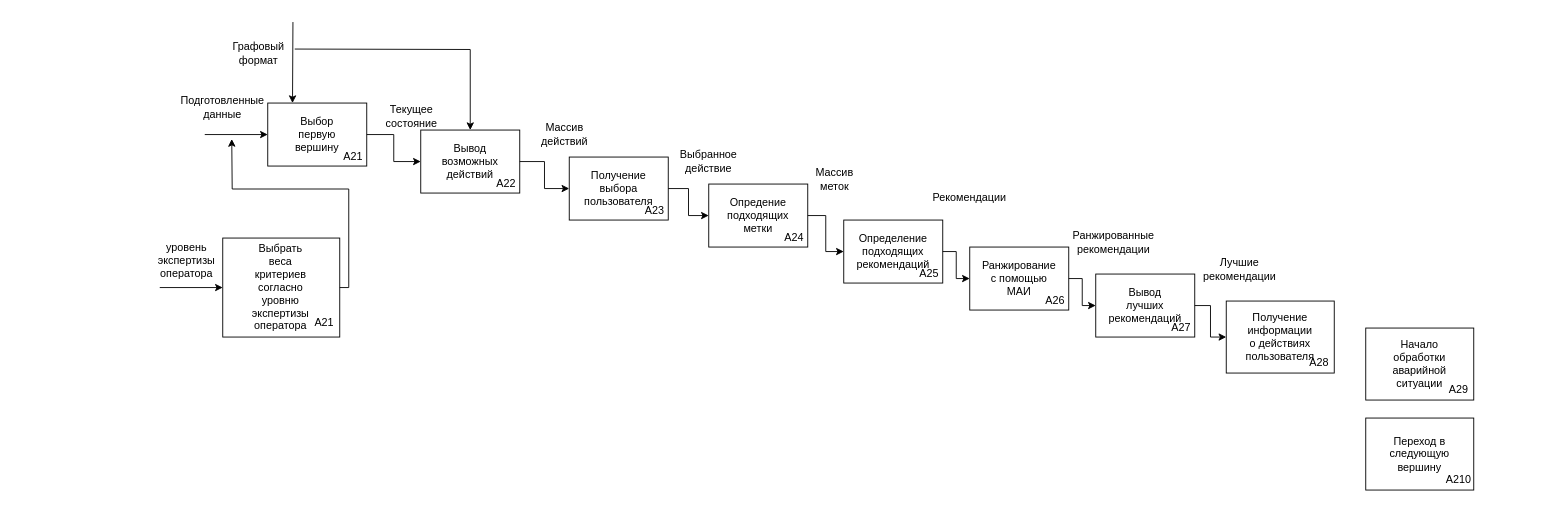
This is report/inc/img/idef2_x.drawio from Jarozin/diplom, a draw.io file, before an edit. Source tidied: cells renumbered, new cells numbered last; positions are measured from the earlier drawing's top-left corner, leaving out a move shared by most shapes. Both pictures are drawn from the tidied source at 90%, with x=0, y=0 at pixel (159, 22).
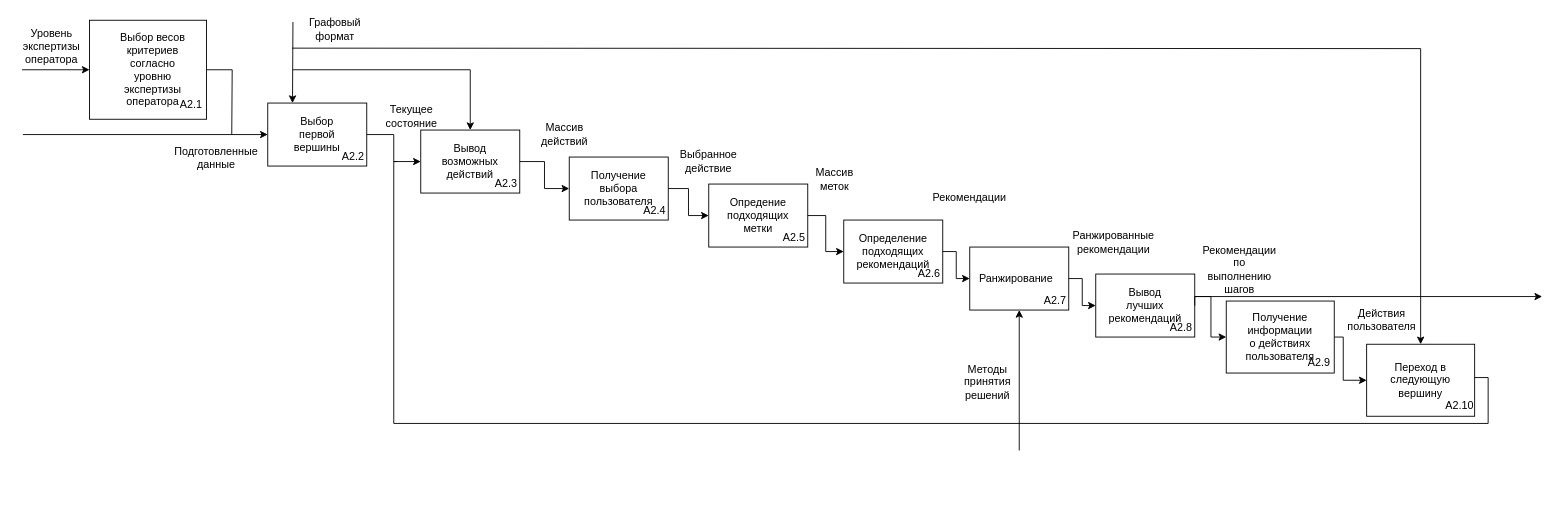
The same diagram, later.

Unchanged cells that the change refers to:
```xml
<mxCell id="2" style="group;" parent="1" vertex="1">
  <mxGeometry x="290" y="120" width="110" height="70" as="geometry" />
</mxCell>
<mxCell id="3" style="rounded=0;whiteSpace=wrap;html=1;" parent="2" vertex="1">
  <mxGeometry width="110" height="70" as="geometry" />
</mxCell>
<mxCell id="6" style="group;" parent="1" vertex="1">
  <mxGeometry x="120" y="90" width="110" height="70" as="geometry" />
</mxCell>
<mxCell id="7" style="rounded=0;whiteSpace=wrap;html=1;" parent="6" vertex="1">
  <mxGeometry width="110" height="70" as="geometry" />
</mxCell>
<mxCell id="18" style="group;" parent="1" vertex="1">
  <mxGeometry x="455" y="150" width="110" height="70" as="geometry" />
</mxCell>
<mxCell id="22" style="group;" parent="1" vertex="1">
  <mxGeometry x="610" y="180" width="110" height="70" as="geometry" />
</mxCell>
<mxCell id="31" style="group;" parent="1" vertex="1">
  <mxGeometry x="760" y="220" width="110" height="70" as="geometry" />
</mxCell>
<mxCell id="35" style="group;" parent="1" vertex="1">
  <mxGeometry x="900" y="250" width="110" height="70" as="geometry" />
</mxCell>
<mxCell id="36" style="rounded=0;whiteSpace=wrap;html=1;" parent="35" vertex="1">
  <mxGeometry width="110" height="70" as="geometry" />
</mxCell>
<mxCell id="39" style="group;" parent="1" vertex="1">
  <mxGeometry x="1040" y="280" width="110" height="70" as="geometry" />
</mxCell>
<mxCell id="40" style="rounded=0;whiteSpace=wrap;html=1;" parent="39" vertex="1">
  <mxGeometry width="110" height="70" as="geometry" />
</mxCell>
<mxCell id="43" style="group;" parent="1" vertex="1">
  <mxGeometry x="1185" y="310" width="120" height="80" as="geometry" />
</mxCell>
<mxCell id="44" style="rounded=0;whiteSpace=wrap;html=1;" parent="43" vertex="1">
  <mxGeometry width="120" height="80" as="geometry" />
</mxCell>
<mxCell id="52" style="rounded=0;whiteSpace=wrap;html=1;" parent="51" vertex="1">
  <mxGeometry width="120" height="80" as="geometry" />
</mxCell>
<mxCell id="64" style="rounded=0;whiteSpace=wrap;html=1;" parent="63" vertex="1">
  <mxGeometry width="130" height="110" as="geometry" />
</mxCell>
```

Change to the diagram source:
```diff
@@
-    <mxCell id="5" value="А22" style="text;html=1;align=center;verticalAlign=middle;whiteSpace=wrap;rounded=0;" parent="2" vertex="1">
+    <mxCell id="5" value="А2.3" style="text;html=1;align=center;verticalAlign=middle;whiteSpace=wrap;rounded=0;" parent="2" vertex="1">
       <mxGeometry x="80" y="50" width="30" height="20" as="geometry" />
     </mxCell>
@@
-    <mxCell id="8" value="Выбор первую вершину" style="text;html=1;align=center;verticalAlign=middle;whiteSpace=wrap;rounded=0;" parent="6" vertex="1">
+    <mxCell id="8" value="Выбор первой вершины" style="text;html=1;align=center;verticalAlign=middle;whiteSpace=wrap;rounded=0;" parent="6" vertex="1">
       <mxGeometry x="25" y="20" width="60" height="30" as="geometry" />
     </mxCell>
-    <mxCell id="9" value="А21" style="text;html=1;align=center;verticalAlign=middle;whiteSpace=wrap;rounded=0;" parent="6" vertex="1">
+    <mxCell id="9" value="А2.2" style="text;html=1;align=center;verticalAlign=middle;whiteSpace=wrap;rounded=0;" parent="6" vertex="1">
       <mxGeometry x="80" y="50" width="30" height="20" as="geometry" />
     </mxCell>
@@
     <mxCell id="12" style="endArrow=classic;html=1;rounded=0;entryX=0;entryY=0.5;entryDx=0;entryDy=0;" parent="1" edge="1" target="7">
       <mxGeometry relative="1" as="geometry">
-        <mxPoint x="50" y="125" as="sourcePoint" />
+        <mxPoint x="-152" y="125" as="sourcePoint" />
       </mxGeometry>
     </mxCell>
@@
     <mxCell id="15" value="&lt;span style=&quot;background-color: transparent; color: light-dark(rgb(0, 0, 0), rgb(255, 255, 255));&quot;&gt;Подготовленные данные&lt;/span&gt;" style="text;html=1;align=center;verticalAlign=middle;whiteSpace=wrap;rounded=0;" parent="1" vertex="1">
-      <mxGeometry x="40" y="80" width="60" height="30" as="geometry" />
+      <mxGeometry x="33" y="136" width="60" height="30" as="geometry" />
     </mxCell>
@@
     <mxCell id="17" value="Графовый формат" style="text;html=1;align=center;verticalAlign=middle;whiteSpace=wrap;rounded=0;" parent="1" vertex="1">
-      <mxGeometry x="80" y="20" width="60" height="30" as="geometry" />
+      <mxGeometry x="165" y="-7" width="60" height="30" as="geometry" />
     </mxCell>
@@
-    <mxCell id="21" value="А23" style="text;html=1;align=center;verticalAlign=middle;whiteSpace=wrap;rounded=0;" parent="18" vertex="1">
+    <mxCell id="21" value="А2.4" style="text;html=1;align=center;verticalAlign=middle;whiteSpace=wrap;rounded=0;" parent="18" vertex="1">
       <mxGeometry x="80" y="50" width="30" height="20" as="geometry" />
     </mxCell>
@@
-    <mxCell id="25" value="А24" style="text;html=1;align=center;verticalAlign=middle;whiteSpace=wrap;rounded=0;" parent="22" vertex="1">
+    <mxCell id="25" value="А2.5" style="text;html=1;align=center;verticalAlign=middle;whiteSpace=wrap;rounded=0;" parent="22" vertex="1">
       <mxGeometry x="80" y="50" width="30" height="20" as="geometry" />
     </mxCell>
@@
     <mxCell id="29" style="endArrow=classic;html=1;rounded=0;entryX=0.5;entryY=0;entryDx=0;entryDy=0;edgeStyle=orthogonalEdgeStyle;" parent="1" edge="1" target="3">
       <mxGeometry relative="1" as="geometry">
-        <mxPoint x="150" y="30" as="sourcePoint" />
+        <mxPoint x="148" y="53" as="sourcePoint" />
+        <Array as="points">
+          <mxPoint x="148" y="53" />
+          <mxPoint x="345" y="53" />
+        </Array>
       </mxGeometry>
     </mxCell>
@@
-    <mxCell id="34" value="А25" style="text;html=1;align=center;verticalAlign=middle;whiteSpace=wrap;rounded=0;" parent="31" vertex="1">
+    <mxCell id="34" value="А2.6" style="text;html=1;align=center;verticalAlign=middle;whiteSpace=wrap;rounded=0;" parent="31" vertex="1">
       <mxGeometry x="80" y="50" width="30" height="20" as="geometry" />
     </mxCell>
@@
-    <mxCell id="37" value="Ранжирование с помощью МАИ" style="text;html=1;align=center;verticalAlign=middle;whiteSpace=wrap;rounded=0;" parent="35" vertex="1">
+    <mxCell id="37" value="Ранжирование&amp;nbsp;&amp;nbsp;" style="text;html=1;align=center;verticalAlign=middle;whiteSpace=wrap;rounded=0;" parent="35" vertex="1">
       <mxGeometry x="25" y="20" width="60" height="30" as="geometry" />
     </mxCell>
-    <mxCell id="38" value="А26" style="text;html=1;align=center;verticalAlign=middle;whiteSpace=wrap;rounded=0;" parent="35" vertex="1">
+    <mxCell id="38" value="А2.7" style="text;html=1;align=center;verticalAlign=middle;whiteSpace=wrap;rounded=0;" parent="35" vertex="1">
       <mxGeometry x="80" y="50" width="30" height="20" as="geometry" />
     </mxCell>
@@
-    <mxCell id="42" value="А27" style="text;html=1;align=center;verticalAlign=middle;whiteSpace=wrap;rounded=0;" parent="39" vertex="1">
+    <mxCell id="42" value="А2.8" style="text;html=1;align=center;verticalAlign=middle;whiteSpace=wrap;rounded=0;" parent="39" vertex="1">
       <mxGeometry x="80" y="50" width="30" height="20" as="geometry" />
     </mxCell>
@@
-    <mxCell id="46" value="А28" style="text;html=1;align=center;verticalAlign=middle;whiteSpace=wrap;rounded=0;" parent="43" vertex="1">
+    <mxCell id="46" value="А2.9" style="text;html=1;align=center;verticalAlign=middle;whiteSpace=wrap;rounded=0;" parent="43" vertex="1">
       <mxGeometry x="87.3" y="57.1" width="32.7" height="22.9" as="geometry" />
     </mxCell>
-    <mxCell id="47" style="group;" parent="1" vertex="1">
-      <mxGeometry x="1340" y="340" width="120" height="80" as="geometry" />
-    </mxCell>
-    <mxCell id="48" style="rounded=0;whiteSpace=wrap;html=1;" parent="47" vertex="1">
-      <mxGeometry width="120" height="80" as="geometry" />
-    </mxCell>
-    <mxCell id="49" value="Начало обработки аварийной ситуации" style="text;html=1;align=center;verticalAlign=middle;whiteSpace=wrap;rounded=0;" parent="47" vertex="1">
-      <mxGeometry x="27.3" y="22.9" width="65.5" height="34.3" as="geometry" />
-    </mxCell>
-    <mxCell id="50" value="А29" style="text;html=1;align=center;verticalAlign=middle;whiteSpace=wrap;rounded=0;" parent="47" vertex="1">
-      <mxGeometry x="87.3" y="57.1" width="32.7" height="22.9" as="geometry" />
-    </mxCell>
     <mxCell id="51" style="group;" parent="1" vertex="1">
-      <mxGeometry x="1340" y="440" width="120" height="80" as="geometry" />
+      <mxGeometry x="1341" y="358" width="120" height="80" as="geometry" />
     </mxCell>
@@
-    <mxCell id="54" value="А210" style="text;html=1;align=center;verticalAlign=middle;whiteSpace=wrap;rounded=0;" parent="51" vertex="1">
+    <mxCell id="54" value="А2.10" style="text;html=1;align=center;verticalAlign=middle;whiteSpace=wrap;rounded=0;" parent="51" vertex="1">
       <mxGeometry x="87.3" y="57.1" width="32.7" height="22.9" as="geometry" />
     </mxCell>
@@
     <mxCell id="59" style="endArrow=classic;html=1;rounded=0;exitX=1;exitY=0.5;exitDx=0;exitDy=0;entryX=0;entryY=0.5;entryDx=0;entryDy=0;edgeStyle=orthogonalEdgeStyle;" parent="1" edge="1" source="40" target="44">
-      <mxGeometry relative="1" as="geometry" />
+      <mxGeometry relative="1" as="geometry">
+        <Array as="points">
+          <mxPoint x="1150" y="305" />
+          <mxPoint x="1168" y="305" />
+          <mxPoint x="1168" y="350" />
+        </Array>
+      </mxGeometry>
     </mxCell>
-    <mxCell id="60" value="Лучшие рекомендации" style="text;html=1;align=center;verticalAlign=middle;whiteSpace=wrap;rounded=0;" parent="1" vertex="1">
+    <mxCell id="60" value="Рекомендации по выполнению шагов" style="text;html=1;align=center;verticalAlign=middle;whiteSpace=wrap;rounded=0;" parent="1" vertex="1">
       <mxGeometry x="1170" y="260" width="60" height="30" as="geometry" />
     </mxCell>
     <mxCell id="61" style="endArrow=classic;html=1;rounded=0;entryX=0;entryY=0.5;entryDx=0;entryDy=0;" parent="1" edge="1" target="64">
       <mxGeometry relative="1" as="geometry">
-        <mxPoint y="295" as="sourcePoint" />
+        <mxPoint x="-153" y="53" as="sourcePoint" />
       </mxGeometry>
     </mxCell>
-    <mxCell id="62" value="уровень экспертизы оператора" style="text;html=1;align=center;verticalAlign=middle;whiteSpace=wrap;rounded=0;" parent="1" vertex="1">
-      <mxGeometry y="250" width="60" height="30" as="geometry" />
+    <mxCell id="62" value="Уровень экспертизы оператора" style="text;html=1;align=center;verticalAlign=middle;whiteSpace=wrap;rounded=0;" parent="1" vertex="1">
+      <mxGeometry x="-150" y="12" width="60" height="30" as="geometry" />
     </mxCell>
     <mxCell id="63" style="group;" parent="1" vertex="1">
-      <mxGeometry x="70" y="240" width="130" height="110" as="geometry" />
+      <mxGeometry x="-78" y="-2" width="130" height="110" as="geometry" />
     </mxCell>
@@
-    <mxCell id="65" value="Выбрать веса критериев согласно уровню экспертизы оператора" style="text;html=1;align=center;verticalAlign=middle;whiteSpace=wrap;rounded=0;" parent="63" vertex="1">
-      <mxGeometry x="29.5" y="31.4" width="70.9" height="47.1" as="geometry" />
+    <mxCell id="65" value="Выбор весов критериев согласно уровню экспертизы оператора" style="text;html=1;align=center;verticalAlign=middle;whiteSpace=wrap;rounded=0;" parent="63" vertex="1">
+      <mxGeometry x="29.6" y="31.4" width="80.5" height="47.1" as="geometry" />
     </mxCell>
-    <mxCell id="66" value="А21" style="text;html=1;align=center;verticalAlign=middle;whiteSpace=wrap;rounded=0;" parent="63" vertex="1">
+    <mxCell id="66" value="А2.1" style="text;html=1;align=center;verticalAlign=middle;whiteSpace=wrap;rounded=0;" parent="63" vertex="1">
       <mxGeometry x="94.5" y="78.6" width="35.5" height="31.4" as="geometry" />
     </mxCell>
-    <mxCell id="67" style="endArrow=classic;html=1;rounded=0;exitX=1;exitY=0.5;exitDx=0;exitDy=0;edgeStyle=orthogonalEdgeStyle;" parent="1" edge="1" source="64">
+    <mxCell id="67" style="endArrow=none;html=1;rounded=0;exitX=1;exitY=0.5;exitDx=0;exitDy=0;edgeStyle=orthogonalEdgeStyle;endFill=0;" parent="1" edge="1" source="64">
       <mxGeometry relative="1" as="geometry">
-        <mxPoint x="80" y="130" as="targetPoint" />
+        <mxPoint x="80" y="125" as="targetPoint" />
       </mxGeometry>
     </mxCell>
+    <mxCell id="68" style="endArrow=classic;html=1;rounded=0;exitX=1;exitY=0.5;exitDx=0;exitDy=0;entryX=0;entryY=0.5;entryDx=0;entryDy=0;edgeStyle=orthogonalEdgeStyle;" parent="1" edge="1" source="44" target="52">
+      <mxGeometry relative="1" as="geometry">
+        <Array as="points">
+          <mxPoint x="1315" y="350" />
+          <mxPoint x="1315" y="398" />
+        </Array>
+      </mxGeometry>
+    </mxCell>
+    <mxCell id="69" style="endArrow=none;html=1;rounded=0;edgeStyle=orthogonalEdgeStyle;endFill=0;" parent="1" edge="1">
+      <mxGeometry relative="1" as="geometry">
+        <mxPoint x="1461" y="395" as="sourcePoint" />
+        <mxPoint x="264" y="155" as="targetPoint" />
+        <Array as="points">
+          <mxPoint x="1476" y="395" />
+          <mxPoint x="1476" y="446" />
+          <mxPoint x="260" y="446" />
+          <mxPoint x="260" y="155" />
+        </Array>
+      </mxGeometry>
+    </mxCell>
+    <mxCell id="70" value="Действия пользователя" style="text;html=1;align=center;verticalAlign=middle;whiteSpace=wrap;rounded=0;" parent="1" vertex="1">
+      <mxGeometry x="1328" y="316" width="60" height="30" as="geometry" />
+    </mxCell>
+    <mxCell id="71" style="endArrow=classic;html=1;rounded=0;entryX=0.5;entryY=0;entryDx=0;entryDy=0;edgeStyle=orthogonalEdgeStyle;" parent="1" edge="1" target="52">
+      <mxGeometry relative="1" as="geometry">
+        <mxPoint x="147" y="29" as="sourcePoint" />
+      </mxGeometry>
+    </mxCell>
+    <mxCell id="72" style="endArrow=classic;html=1;rounded=0;entryX=0.5;entryY=1;entryDx=0;entryDy=0;" parent="1" edge="1" target="36">
+      <mxGeometry relative="1" as="geometry">
+        <mxPoint x="955" y="476" as="sourcePoint" />
+      </mxGeometry>
+    </mxCell>
+    <mxCell id="73" value="Методы принятия решений" style="text;html=1;align=center;verticalAlign=middle;whiteSpace=wrap;rounded=0;" parent="1" vertex="1">
+      <mxGeometry x="890" y="385" width="60" height="30" as="geometry" />
+    </mxCell>
+    <mxCell id="74" style="endArrow=classic;html=1;rounded=0;" parent="1" edge="1">
+      <mxGeometry relative="1" as="geometry">
+        <mxPoint x="1150" y="305" as="sourcePoint" />
+        <mxPoint x="1536" y="305" as="targetPoint" />
+      </mxGeometry>
+    </mxCell>
```
